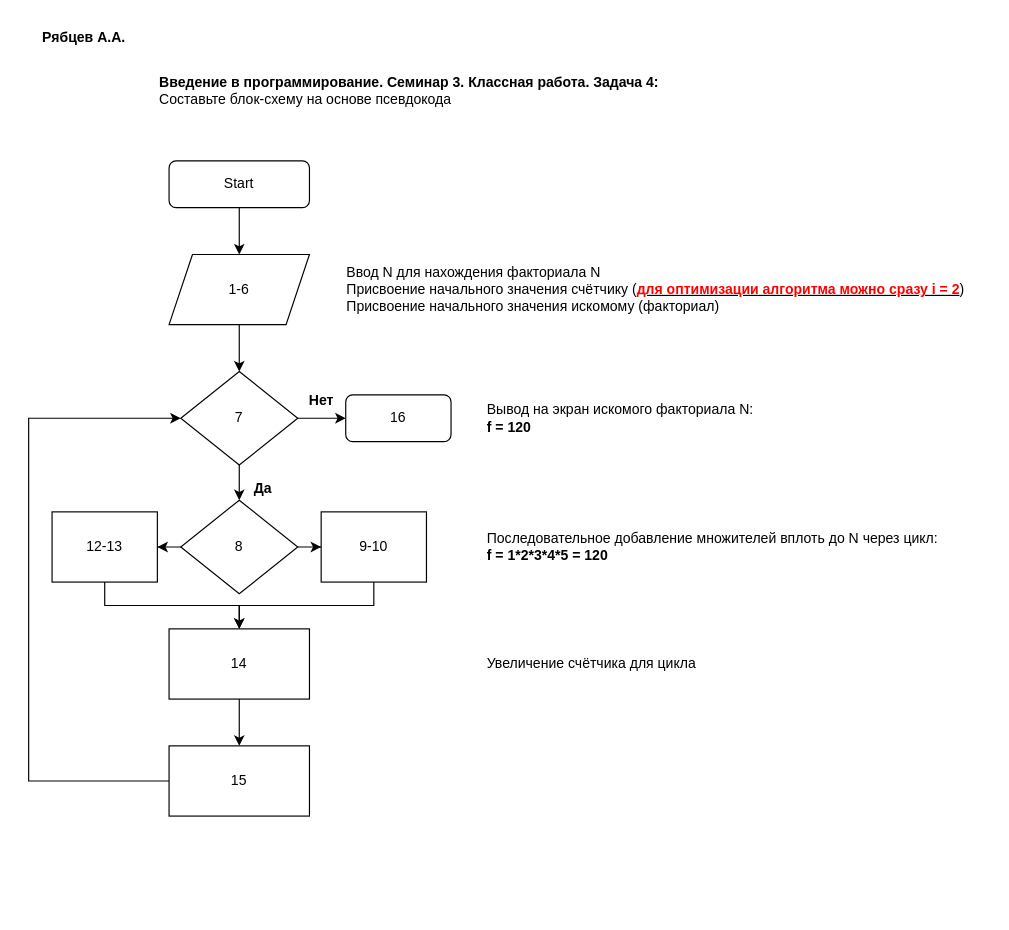
Before: 2022.12.13_CW_3-4.drawio in kask1n/Programming_Introguction, a draw.io diagram. Source tidied: cells renumbered, new cells numbered last; positions are measured from the earlier drawing's top-left corner, leaving out a move shared by most shapes. Both pictures are drawn from the tidied source at 117%, with x=0, y=0 at pixel (28, 20).
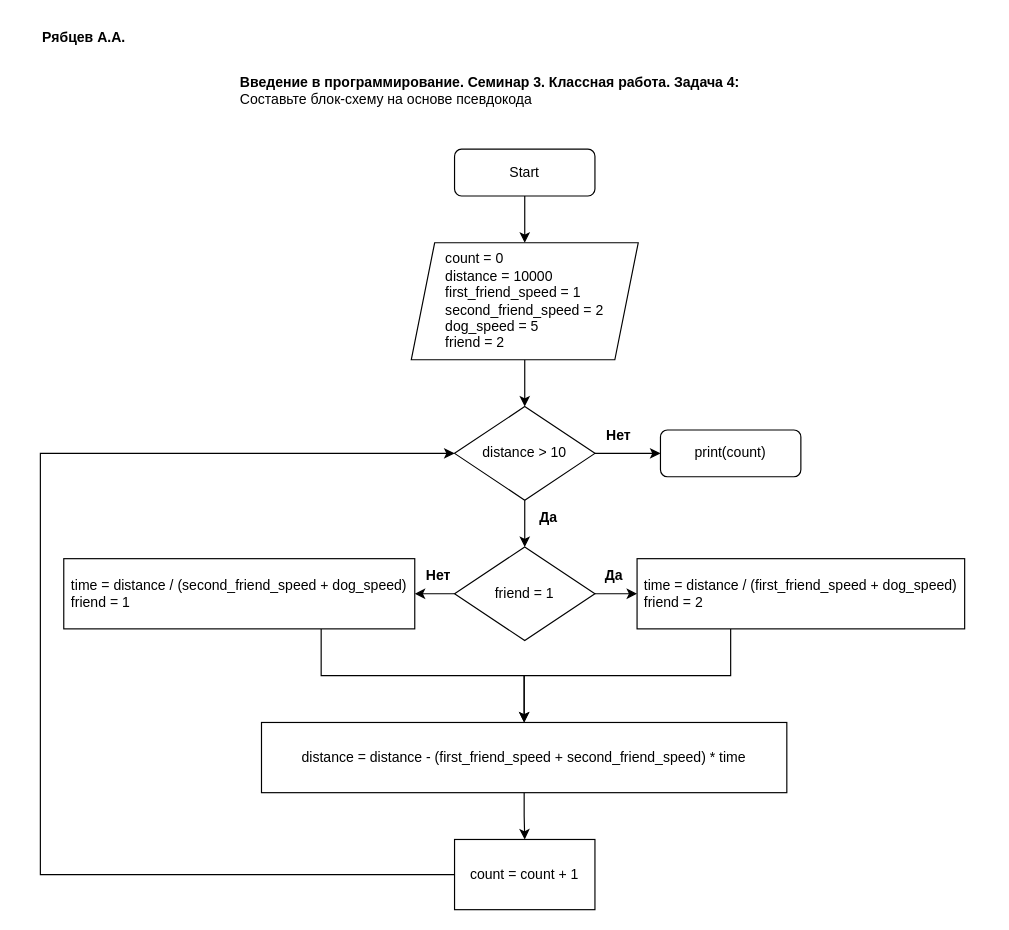
Above is the later version.

Diff of the diagram source:
```diff
@@
-    <mxCell id="2" style="edgeStyle=orthogonalEdgeStyle;rounded=0;jettySize=auto;html=1;" parent="1" edge="1" source="3">
-      <mxGeometry relative="1" as="geometry">
-        <mxPoint x="180" y="200" as="targetPoint" />
-      </mxGeometry>
-    </mxCell>
+    <mxCell id="29" style="edgeStyle=orthogonalEdgeStyle;rounded=0;jettySize=auto;html=1;" parent="1" edge="1" source="3" target="6">
+      <mxGeometry relative="1" as="geometry" />
+    </mxCell>
     <mxCell id="3" value="Start" style="rounded=1;whiteSpace=wrap;html=1;fontSize=12;glass=0;strokeWidth=1;shadow=0;" parent="1" vertex="1">
-      <mxGeometry x="120" y="120" width="120" height="40" as="geometry" />
+      <mxGeometry x="364" y="110" width="120" height="40" as="geometry" />
     </mxCell>
-    <mxCell id="4" value="16" style="rounded=1;whiteSpace=wrap;html=1;fontSize=12;glass=0;strokeWidth=1;shadow=0;" parent="1" vertex="1">
-      <mxGeometry x="271" y="320" width="90" height="40" as="geometry" />
+    <mxCell id="4" value="print(count)" style="rounded=1;whiteSpace=wrap;html=1;fontSize=12;glass=0;strokeWidth=1;shadow=0;" parent="1" vertex="1">
+      <mxGeometry x="540" y="350" width="120" height="40" as="geometry" />
     </mxCell>
@@
-    <mxCell id="6" value="&lt;div style=&quot;text-align: justify;&quot;&gt;1-6&lt;/div&gt;" style="shape=parallelogram;perimeter=parallelogramPerimeter;whiteSpace=wrap;html=1;fixedSize=1;" parent="1" vertex="1">
-      <mxGeometry x="120" y="200" width="120" height="60" as="geometry" />
+    <mxCell id="6" value="&lt;div style=&quot;text-align: justify;&quot;&gt;count = 0&lt;/div&gt;&lt;div style=&quot;text-align: justify;&quot;&gt;distance = 10000&lt;/div&gt;&lt;div style=&quot;text-align: justify;&quot;&gt;first_friend_speed = 1&lt;/div&gt;&lt;div style=&quot;text-align: justify;&quot;&gt;second_friend_speed = 2&lt;br&gt;&lt;/div&gt;&lt;div style=&quot;text-align: justify;&quot;&gt;dog_speed = 5&lt;/div&gt;&lt;div style=&quot;text-align: justify;&quot;&gt;friend = 2&lt;/div&gt;" style="shape=parallelogram;perimeter=parallelogramPerimeter;whiteSpace=wrap;html=1;fixedSize=1;" parent="1" vertex="1">
+      <mxGeometry x="327" y="190" width="194" height="100" as="geometry" />
     </mxCell>
-    <mxCell id="7" value="Вывод на экран искомого факториала N:&amp;nbsp;&lt;br&gt;&lt;b&gt;f = 120&lt;/b&gt;" style="text;html=1;align=left;verticalAlign=middle;strokeColor=none;fillColor=none;" parent="1" vertex="1">
-      <mxGeometry x="390" y="320" width="250" height="40" as="geometry" />
-    </mxCell>
-    <mxCell id="8" value="&lt;div style=&quot;&quot;&gt;&lt;span style=&quot;background-color: initial;&quot;&gt;Последовательное добавление множителей вплоть до N через цикл:&amp;nbsp;&lt;/span&gt;&lt;/div&gt;&lt;div style=&quot;&quot;&gt;&lt;span style=&quot;background-color: initial;&quot;&gt;&lt;b&gt;f = 1*2*3*4*5 = 120&lt;/b&gt;&lt;/span&gt;&lt;/div&gt;" style="text;html=1;align=left;verticalAlign=middle;strokeColor=none;fillColor=none;" parent="1" vertex="1">
-      <mxGeometry x="390" y="430" width="410" height="40" as="geometry" />
-    </mxCell>
-    <mxCell id="9" value="Ввод N для нахождения факториала N&lt;br&gt;Присвоение начального значения счётчику (&lt;b&gt;&lt;u&gt;&lt;font color=&quot;#ff0000&quot;&gt;для оптимизации алгоритма можно сразу i = 2&lt;/font&gt;&lt;/u&gt;&lt;/b&gt;)&lt;br&gt;Присвоение начального значения искомому (факториал)" style="text;html=1;align=left;verticalAlign=middle;strokeColor=none;fillColor=none;" parent="1" vertex="1">
-      <mxGeometry x="270" y="200" width="550" height="60" as="geometry" />
-    </mxCell>
     <mxCell id="10" value="&lt;b&gt;Введение в программирование. Семинар 3. Классная работа. Задача 4:&lt;br&gt;&lt;/b&gt;&lt;div&gt;Составьте блок-схему на основе псевдокода&lt;br&gt;&lt;/div&gt;" style="text;html=1;align=left;verticalAlign=middle;strokeColor=none;fillColor=none;" parent="1" vertex="1">
-      <mxGeometry x="110" y="40" width="450" height="40" as="geometry" />
+      <mxGeometry x="179" y="40" width="450" height="40" as="geometry" />
     </mxCell>
-    <mxCell id="11" style="edgeStyle=orthogonalEdgeStyle;rounded=0;jettySize=auto;html=1;entryX=0.5;entryY=0;entryDx=0;entryDy=0;" parent="1" edge="1" source="13" target="24">
-      <mxGeometry relative="1" as="geometry" />
-    </mxCell>
@@
+    <mxCell id="30" style="edgeStyle=orthogonalEdgeStyle;rounded=0;jettySize=auto;html=1;" parent="1" edge="1" source="13" target="35">
+      <mxGeometry relative="1" as="geometry" />
+    </mxCell>
-    <mxCell id="13" value="7" style="rhombus;whiteSpace=wrap;html=1;" parent="1" vertex="1">
-      <mxGeometry x="130" y="300" width="100" height="80" as="geometry" />
+    <mxCell id="13" value="distance &amp;gt; 10" style="rhombus;whiteSpace=wrap;html=1;" parent="1" vertex="1">
+      <mxGeometry x="364" y="330" width="120" height="80" as="geometry" />
     </mxCell>
     <mxCell id="14" value="&lt;b&gt;Да&lt;/b&gt;" style="text;html=1;align=center;verticalAlign=middle;strokeColor=none;fillColor=none;" parent="1" vertex="1">
-      <mxGeometry x="180" y="385" width="40" height="30" as="geometry" />
+      <mxGeometry x="424" y="410" width="40" height="30" as="geometry" />
     </mxCell>
     <mxCell id="15" value="&lt;b&gt;Нет&lt;/b&gt;" style="text;html=1;align=center;verticalAlign=middle;strokeColor=none;fillColor=none;" parent="1" vertex="1">
-      <mxGeometry x="230" y="310" width="40" height="30" as="geometry" />
+      <mxGeometry x="484" y="340" width="40" height="30" as="geometry" />
     </mxCell>
@@
-    <mxCell id="17" value="14" style="rounded=0;whiteSpace=wrap;html=1;" parent="1" vertex="1">
-      <mxGeometry x="120" y="520" width="120" height="60" as="geometry" />
+    <mxCell id="17" value="distance = distance - (&lt;span style=&quot;text-align: left;&quot;&gt;first_friend_speed +&amp;nbsp;&lt;/span&gt;&lt;span style=&quot;text-align: left;&quot;&gt;second_friend_speed) * time&lt;/span&gt;" style="rounded=0;whiteSpace=wrap;html=1;" parent="1" vertex="1">
+      <mxGeometry x="199" y="600" width="449" height="60" as="geometry" />
     </mxCell>
-    <mxCell id="18" value="&lt;div style=&quot;&quot;&gt;Увеличение счётчика для цикла&lt;br&gt;&lt;/div&gt;" style="text;html=1;align=left;verticalAlign=middle;strokeColor=none;fillColor=none;" parent="1" vertex="1">
-      <mxGeometry x="390" y="535" width="200" height="30" as="geometry" />
-    </mxCell>
@@
-    <mxCell id="20" style="edgeStyle=orthogonalEdgeStyle;rounded=0;jettySize=auto;html=1;entryX=0;entryY=0.5;entryDx=0;entryDy=0;" parent="1" edge="1" source="21" target="13">
+    <mxCell id="20" style="edgeStyle=orthogonalEdgeStyle;rounded=0;jettySize=auto;html=1;entryX=0;entryY=0.5;entryDx=0;entryDy=0;exitX=0;exitY=0.5;exitDx=0;exitDy=0;exitPerimeter=0;" parent="1" edge="1" source="21" target="13">
       <mxGeometry relative="1" as="geometry">
         <Array as="points">
-          <mxPoint y="650" />
-          <mxPoint y="340" />
+          <mxPoint x="10" y="730" />
+          <mxPoint x="10" y="370" />
         </Array>
       </mxGeometry>
     </mxCell>
-    <mxCell id="21" value="15" style="rounded=0;whiteSpace=wrap;html=1;" parent="1" vertex="1">
-      <mxGeometry x="120" y="620" width="120" height="60" as="geometry" />
+    <mxCell id="21" value="count = count + 1" style="rounded=0;whiteSpace=wrap;html=1;" parent="1" vertex="1">
+      <mxGeometry x="364" y="700" width="120" height="60" as="geometry" />
     </mxCell>
-    <mxCell id="22" style="edgeStyle=orthogonalEdgeStyle;rounded=0;jettySize=auto;html=1;" parent="1" edge="1" source="24" target="28">
-      <mxGeometry relative="1" as="geometry" />
-    </mxCell>
-    <mxCell id="23" style="edgeStyle=orthogonalEdgeStyle;rounded=0;jettySize=auto;html=1;" parent="1" edge="1" source="24" target="26">
-      <mxGeometry relative="1" as="geometry" />
-    </mxCell>
-    <mxCell id="24" value="8" style="rhombus;whiteSpace=wrap;html=1;" parent="1" vertex="1">
-      <mxGeometry x="130" y="410" width="100" height="80" as="geometry" />
-    </mxCell>
-    <mxCell id="25" style="edgeStyle=orthogonalEdgeStyle;rounded=0;jettySize=auto;html=1;entryX=0.5;entryY=0;entryDx=0;entryDy=0;" parent="1" edge="1" source="26" target="17">
-      <mxGeometry relative="1" as="geometry">
-        <Array as="points">
-          <mxPoint x="65" y="500" />
-          <mxPoint x="180" y="500" />
-        </Array>
-      </mxGeometry>
-    </mxCell>
-    <mxCell id="26" value="12-13" style="rounded=0;whiteSpace=wrap;html=1;" parent="1" vertex="1">
-      <mxGeometry x="20" y="420" width="90" height="60" as="geometry" />
-    </mxCell>
-    <mxCell id="27" style="edgeStyle=orthogonalEdgeStyle;rounded=0;jettySize=auto;html=1;" parent="1" edge="1" source="28">
-      <mxGeometry relative="1" as="geometry">
-        <mxPoint x="180" y="520" as="targetPoint" />
-        <Array as="points">
-          <mxPoint x="295" y="500" />
-          <mxPoint x="180" y="500" />
-          <mxPoint x="180" y="520" />
-        </Array>
-      </mxGeometry>
-    </mxCell>
-    <mxCell id="28" value="9-10" style="rounded=0;whiteSpace=wrap;html=1;" parent="1" vertex="1">
-      <mxGeometry x="250" y="420" width="90" height="60" as="geometry" />
-    </mxCell>
+    <mxCell id="31" style="edgeStyle=orthogonalEdgeStyle;rounded=0;jettySize=auto;html=1;entryX=0.5;entryY=0;entryDx=0;entryDy=0;" parent="1" edge="1" source="32" target="17">
+      <mxGeometry relative="1" as="geometry">
+        <Array as="points">
+          <mxPoint x="250" y="560" />
+          <mxPoint x="424" y="560" />
+        </Array>
+      </mxGeometry>
+    </mxCell>
+    <mxCell id="32" value="&lt;div style=&quot;border-color: var(--border-color); text-align: left;&quot;&gt;&lt;span style=&quot;border-color: var(--border-color); background-color: initial;&quot;&gt;time = distance / (&lt;/span&gt;&lt;span style=&quot;border-color: var(--border-color); background-color: initial;&quot;&gt;second_friend_speed + dog_speed)&lt;/span&gt;&lt;/div&gt;&lt;span style=&quot;border-color: var(--border-color);&quot;&gt;&lt;div style=&quot;border-color: var(--border-color); text-align: left;&quot;&gt;&lt;span style=&quot;border-color: var(--border-color); background-color: initial;&quot;&gt;friend = 1&lt;/span&gt;&lt;/div&gt;&lt;/span&gt;" style="rounded=0;whiteSpace=wrap;html=1;" parent="1" vertex="1">
+      <mxGeometry x="30" y="460" width="300" height="60" as="geometry" />
+    </mxCell>
+    <mxCell id="33" style="edgeStyle=orthogonalEdgeStyle;rounded=0;jettySize=auto;html=1;" parent="1" edge="1" source="35" target="37">
+      <mxGeometry relative="1" as="geometry" />
+    </mxCell>
+    <mxCell id="34" style="edgeStyle=orthogonalEdgeStyle;rounded=0;jettySize=auto;html=1;" parent="1" edge="1" source="35" target="32">
+      <mxGeometry relative="1" as="geometry" />
+    </mxCell>
+    <mxCell id="35" value="friend = 1" style="rhombus;whiteSpace=wrap;html=1;" parent="1" vertex="1">
+      <mxGeometry x="364" y="450" width="120" height="80" as="geometry" />
+    </mxCell>
+    <mxCell id="36" style="edgeStyle=orthogonalEdgeStyle;rounded=0;jettySize=auto;html=1;entryX=0.5;entryY=0;entryDx=0;entryDy=0;" parent="1" edge="1" source="37" target="17">
+      <mxGeometry relative="1" as="geometry">
+        <Array as="points">
+          <mxPoint x="600" y="560" />
+          <mxPoint x="424" y="560" />
+        </Array>
+      </mxGeometry>
+    </mxCell>
+    <mxCell id="37" value="&lt;div style=&quot;text-align: left;&quot;&gt;&lt;span style=&quot;background-color: initial;&quot;&gt;time = distance / (&lt;/span&gt;&lt;span style=&quot;background-color: initial;&quot;&gt;first_friend_speed + dog_speed)&lt;/span&gt;&lt;/div&gt;&lt;span style=&quot;&quot;&gt;&lt;div style=&quot;text-align: left;&quot;&gt;&lt;span style=&quot;background-color: initial;&quot;&gt;friend = 2&lt;/span&gt;&lt;/div&gt;&lt;/span&gt;" style="rounded=0;whiteSpace=wrap;html=1;" parent="1" vertex="1">
+      <mxGeometry x="520" y="460" width="280" height="60" as="geometry" />
+    </mxCell>
+    <mxCell id="38" value="&lt;b&gt;Да&lt;/b&gt;" style="text;html=1;align=center;verticalAlign=middle;strokeColor=none;fillColor=none;" parent="1" vertex="1">
+      <mxGeometry x="480" y="460" width="40" height="30" as="geometry" />
+    </mxCell>
+    <mxCell id="39" value="&lt;b&gt;Нет&lt;/b&gt;" style="text;html=1;align=center;verticalAlign=middle;strokeColor=none;fillColor=none;" parent="1" vertex="1">
+      <mxGeometry x="330" y="460" width="40" height="30" as="geometry" />
+    </mxCell>
```
